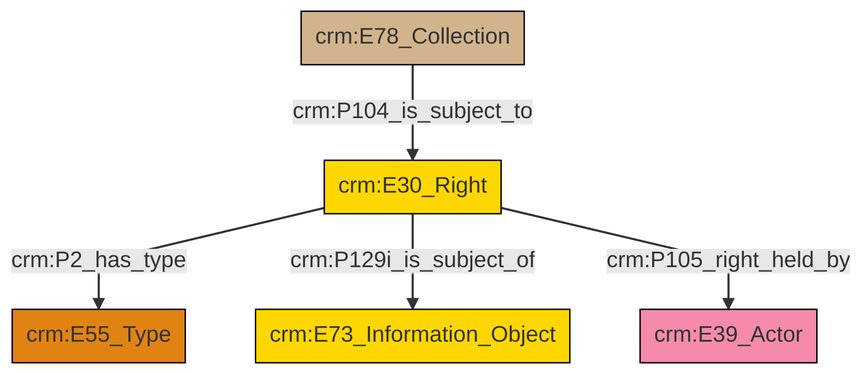
Before: et/archivalCSV/ttl/mmd/png/archival_rights.png, a diagram exported from Mermaid (swiss-art-research-net/docs.swissartresearch). Its source is kept beside it as et/archivalCSV/ttl/mmd/archival_rights.ttl.mmd.
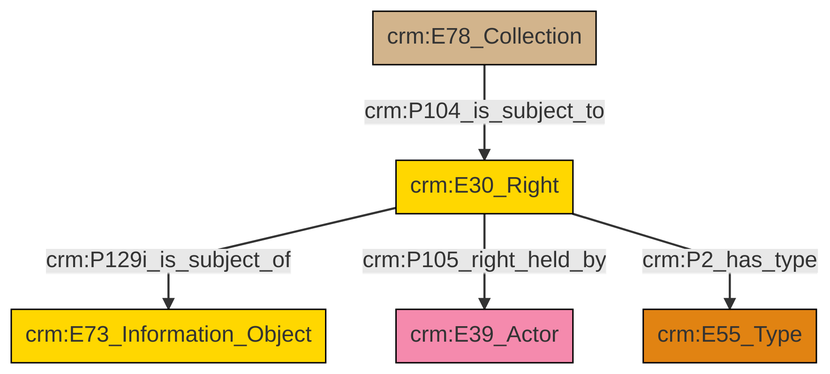
After the commit.

The edit, as a diff of the source:
```diff
@@ -13,7 +13,7 @@
 classDef PC_Classes fill:#4ce600, stroke:#000000;
 classDef Multi fill:#cccccc,stroke:#000000;
 
-0["crm:E78_Collection"]:::Physical_Thing -->|crm:P104_is_subject_to| 1["crm:E30_Right"]:::Conceptual_Object
-1["crm:E30_Right"]:::Conceptual_Object -->|crm:P2_has_type| 2["crm:E55_Type"]:::Type
-1["crm:E30_Right"]:::Conceptual_Object -->|crm:P129i_is_subject_of| 8["crm:E73_Information_Object"]:::Conceptual_Object
-1["crm:E30_Right"]:::Conceptual_Object -->|crm:P105_right_held_by| 6["crm:E39_Actor"]:::Actor
+2["crm:E30_Right"]:::Conceptual_Object -->|crm:P129i_is_subject_of| 3["crm:E73_Information_Object"]:::Conceptual_Object
+2["crm:E30_Right"]:::Conceptual_Object -->|crm:P105_right_held_by| 5["crm:E39_Actor"]:::Actor
+2["crm:E30_Right"]:::Conceptual_Object -->|crm:P2_has_type| 7["crm:E55_Type"]:::Type
+0["crm:E78_Collection"]:::Physical_Thing -->|crm:P104_is_subject_to| 2["crm:E30_Right"]:::Conceptual_Object
```
